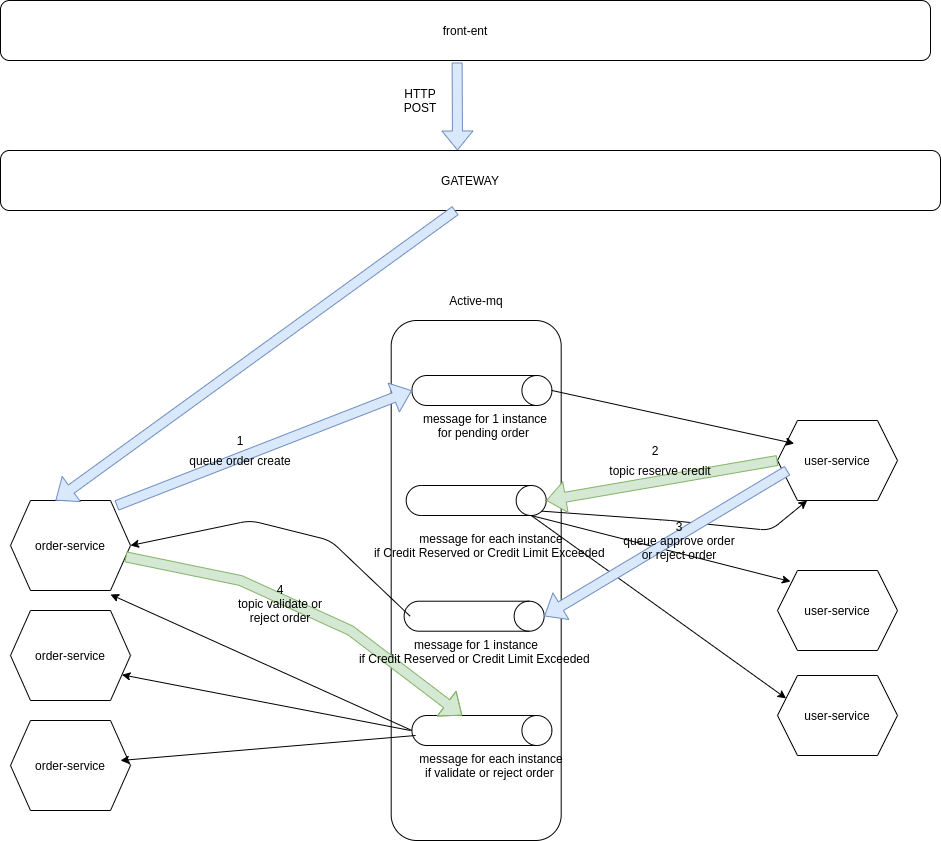
Before: docs/img/6/schema-choreography-micro-service-1.png, a diagram exported from draw.io (jeannory/blog). Source tidied: cells renumbered, new cells last; positions are measured from the earlier drawing's top-left corner, leaving out a move shared by most shapes.
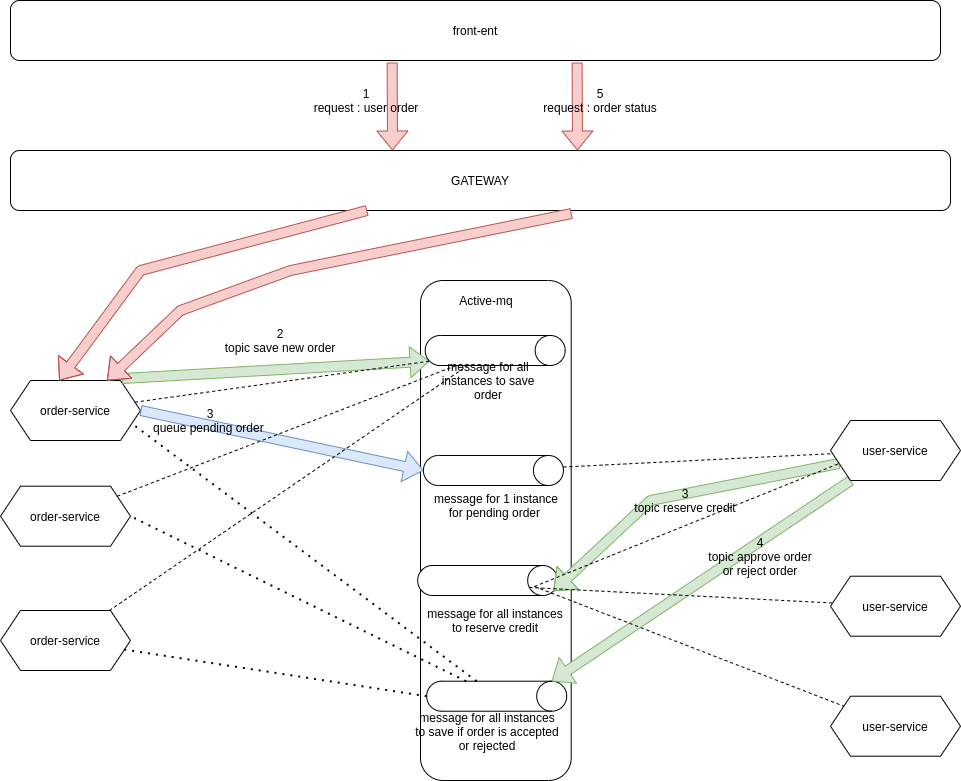
After the change.

Commit message:
micro-service part 2

Change to the diagram source:
```diff
@@ -3,150 +3,149 @@
     <mxCell id="0" />
     <mxCell id="1" parent="0" />
     <mxCell id="2" value="order-service" style="shape=hexagon;perimeter=hexagonPerimeter2;whiteSpace=wrap;html=1;fixedSize=1;" parent="1" vertex="1">
-      <mxGeometry x="10" y="500" width="120" height="90" as="geometry" />
+      <mxGeometry y="380" width="130" height="60" as="geometry" />
     </mxCell>
     <mxCell id="3" style="rounded=1;whiteSpace=wrap;html=1;" parent="1" vertex="1">
-      <mxGeometry x="390.7" y="320" width="170" height="520" as="geometry" />
+      <mxGeometry x="410" y="280" width="150.7" height="500" as="geometry" />
     </mxCell>
     <mxCell id="4" style="shape=cylinder3;whiteSpace=wrap;html=1;boundedLbl=1;backgroundOutline=1;size=15;rotation=90;" parent="1" vertex="1">
-      <mxGeometry x="466.4" y="320" width="30" height="140" as="geometry" />
+      <mxGeometry x="467.9" y="400" width="30" height="140" as="geometry" />
     </mxCell>
-    <mxCell id="5" value="user-service" style="shape=hexagon;perimeter=hexagonPerimeter2;whiteSpace=wrap;html=1;fixedSize=1;" parent="1" vertex="1">
-      <mxGeometry x="777" y="420" width="120" height="80" as="geometry" />
-    </mxCell>
-    <mxCell id="6" style="endArrow=classic;html=1;exitX=0.5;exitY=0;exitDx=0;exitDy=0;exitPerimeter=0;entryX=0.025;entryY=0.363;entryDx=0;entryDy=0;entryPerimeter=0;" parent="1" edge="1" source="4">
-      <mxGeometry relative="1" as="geometry">
-        <mxPoint x="793.7" y="443" as="targetPoint" />
-      </mxGeometry>
-    </mxCell>
-    <mxCell id="7" style="shape=flexArrow;endArrow=classic;html=1;exitX=0.491;exitY=1.033;exitDx=0;exitDy=0;exitPerimeter=0;fillColor=#dae8fc;strokeColor=#6c8ebf;" parent="1" edge="1" source="14">
+    <mxCell id="7" style="shape=flexArrow;endArrow=classic;html=1;exitX=0.491;exitY=1.033;exitDx=0;exitDy=0;exitPerimeter=0;fillColor=#f8cecc;strokeColor=#b85450;" parent="1" edge="1">
       <mxGeometry relative="1" as="geometry">
-        <mxPoint x="457" y="150" as="targetPoint" />
+        <mxPoint x="381.6" y="62" as="sourcePoint" />
+        <mxPoint x="382" y="150" as="targetPoint" />
       </mxGeometry>
     </mxCell>
     <mxCell id="8" value="GATEWAY" style="rounded=1;whiteSpace=wrap;html=1;" parent="1" vertex="1">
       <mxGeometry y="150" width="940" height="60" as="geometry" />
     </mxCell>
-    <mxCell id="9" value="HTTP POST" style="text;html=1;strokeColor=none;fillColor=none;align=center;verticalAlign=middle;whiteSpace=wrap;rounded=0;" parent="1" vertex="1">
-      <mxGeometry x="400" y="90" width="40" height="20" as="geometry" />
-    </mxCell>
     <mxCell id="10" value="Active-mq" style="text;html=1;strokeColor=none;fillColor=none;align=center;verticalAlign=middle;whiteSpace=wrap;rounded=0;" parent="1" vertex="1">
       <mxGeometry x="425.7" y="290" width="100" height="20" as="geometry" />
     </mxCell>
     <mxCell id="11" style="shape=cylinder3;whiteSpace=wrap;html=1;boundedLbl=1;backgroundOutline=1;size=15;rotation=90;" parent="1" vertex="1">
-      <mxGeometry x="460.7" y="430" width="30" height="140" as="geometry" />
+      <mxGeometry x="462.2" y="510" width="30" height="140" as="geometry" />
     </mxCell>
-    <mxCell id="12" value="order-service" style="shape=hexagon;perimeter=hexagonPerimeter2;whiteSpace=wrap;html=1;fixedSize=1;" parent="1" vertex="1">
-      <mxGeometry x="10" y="720" width="120" height="90" as="geometry" />
-    </mxCell>
-    <mxCell id="13" value="order-service" style="shape=hexagon;perimeter=hexagonPerimeter2;whiteSpace=wrap;html=1;fixedSize=1;" parent="1" vertex="1">
-      <mxGeometry x="10" y="610" width="120" height="90" as="geometry" />
-    </mxCell>
     <mxCell id="14" value="front-ent" style="rounded=1;whiteSpace=wrap;html=1;" parent="1" vertex="1">
       <mxGeometry width="930" height="60" as="geometry" />
     </mxCell>
-    <mxCell id="15" style="shape=flexArrow;endArrow=classic;html=1;exitX=0.484;exitY=1;exitDx=0;exitDy=0;exitPerimeter=0;entryX=0.375;entryY=0;entryDx=0;entryDy=0;fillColor=#dae8fc;strokeColor=#6c8ebf;" parent="1" edge="1" source="8" target="2">
-      <mxGeometry relative="1" as="geometry" />
+    <mxCell id="15" style="shape=flexArrow;endArrow=classic;html=1;entryX=0.375;entryY=0;entryDx=0;entryDy=0;fillColor=#f8cecc;strokeColor=#b85450;" parent="1" edge="1" source="8" target="2">
+      <mxGeometry relative="1" as="geometry">
+        <Array as="points">
+          <mxPoint x="130" y="270" />
+        </Array>
+      </mxGeometry>
     </mxCell>
-    <mxCell id="16" value="user-service" style="shape=hexagon;perimeter=hexagonPerimeter2;whiteSpace=wrap;html=1;fixedSize=1;" parent="1" vertex="1">
-      <mxGeometry x="777" y="675" width="120" height="80" as="geometry" />
-    </mxCell>
-    <mxCell id="17" value="user-service" style="shape=hexagon;perimeter=hexagonPerimeter2;whiteSpace=wrap;html=1;fixedSize=1;" parent="1" vertex="1">
-      <mxGeometry x="777" y="570" width="120" height="80" as="geometry" />
-    </mxCell>
-    <mxCell id="18" style="endArrow=classic;html=1;entryX=0.108;entryY=0.138;entryDx=0;entryDy=0;exitX=1;exitY=0;exitDx=0;exitDy=15;exitPerimeter=0;entryPerimeter=0;" parent="1" edge="1" source="11" target="17">
-      <mxGeometry relative="1" as="geometry" />
-    </mxCell>
-    <mxCell id="19" style="endArrow=classic;html=1;entryX=0;entryY=0.25;entryDx=0;entryDy=0;exitX=1;exitY=0;exitDx=0;exitDy=15;exitPerimeter=0;" parent="1" edge="1" source="11" target="16">
-      <mxGeometry relative="1" as="geometry" />
-    </mxCell>
-    <mxCell id="20" style="endArrow=classic;html=1;entryX=0.133;entryY=1.063;entryDx=0;entryDy=0;exitX=0.855;exitY=0;exitDx=0;exitDy=4.35;exitPerimeter=0;entryPerimeter=0;" parent="1" edge="1" source="11">
-      <mxGeometry relative="1" as="geometry">
-        <mxPoint x="806.7" y="500" as="targetPoint" />
-        <Array as="points">
-          <mxPoint x="670" y="520" />
-          <mxPoint x="770" y="530" />
-        </Array>
-      </mxGeometry>
-    </mxCell>
-    <mxCell id="21" value="message for each instance&lt;br&gt;if&amp;nbsp;Credit Reserved or Credit Limit Exceeded&amp;nbsp;" style="text;html=1;strokeColor=none;fillColor=none;align=center;verticalAlign=middle;whiteSpace=wrap;rounded=0;" parent="1" vertex="1">
-      <mxGeometry x="370.7" y="520" width="240" height="50" as="geometry" />
+    <mxCell id="21" value="message for all instances&lt;br&gt;to reserve credit" style="text;html=1;strokeColor=none;fillColor=none;align=center;verticalAlign=middle;whiteSpace=wrap;rounded=0;" parent="1" vertex="1">
+      <mxGeometry x="402.8" y="595" width="163.8" height="50" as="geometry" />
     </mxCell>
     <mxCell id="22" style="shape=cylinder3;whiteSpace=wrap;html=1;boundedLbl=1;backgroundOutline=1;size=15;rotation=90;" parent="1" vertex="1">
-      <mxGeometry x="458.6" y="545.7" width="30" height="140" as="geometry" />
+      <mxGeometry x="471.2" y="625.7" width="30" height="140" as="geometry" />
     </mxCell>
-    <mxCell id="23" style="endArrow=classic;html=1;entryX=1;entryY=0.5;entryDx=0;entryDy=0;" parent="1" edge="1" target="2">
-      <mxGeometry relative="1" as="geometry">
-        <mxPoint x="409.6" y="615.7" as="sourcePoint" />
-        <Array as="points">
-          <mxPoint x="330" y="540" />
-          <mxPoint x="250" y="520" />
-        </Array>
-      </mxGeometry>
-    </mxCell>
     <mxCell id="24" value="message for 1 instance&lt;br&gt;for pending order&amp;nbsp;" style="text;html=1;strokeColor=none;fillColor=none;align=center;verticalAlign=middle;whiteSpace=wrap;rounded=0;" parent="1" vertex="1">
-      <mxGeometry x="364.7" y="400" width="240" height="50" as="geometry" />
+      <mxGeometry x="366.2" y="480" width="240" height="50" as="geometry" />
     </mxCell>
-    <mxCell id="25" style="shape=cylinder3;whiteSpace=wrap;html=1;boundedLbl=1;backgroundOutline=1;size=15;rotation=90;" parent="1" vertex="1">
-      <mxGeometry x="466.4" y="660" width="30" height="140" as="geometry" />
-    </mxCell>
-    <mxCell id="26" value="message for each instance&lt;br&gt;if&amp;nbsp;validate or reject order&amp;nbsp;" style="text;html=1;strokeColor=none;fillColor=none;align=center;verticalAlign=middle;whiteSpace=wrap;rounded=0;" parent="1" vertex="1">
-      <mxGeometry x="370.7" y="740" width="240" height="50" as="geometry" />
-    </mxCell>
-    <mxCell id="27" style="endArrow=classic;html=1;entryX=1;entryY=0.75;entryDx=0;entryDy=0;" parent="1" edge="1" target="13">
-      <mxGeometry relative="1" as="geometry">
-        <mxPoint x="410" y="730" as="sourcePoint" />
-      </mxGeometry>
-    </mxCell>
-    <mxCell id="28" style="endArrow=classic;html=1;exitX=0.185;exitY=-0.1;exitDx=0;exitDy=0;exitPerimeter=0;" parent="1" edge="1" source="26">
-      <mxGeometry relative="1" as="geometry">
-        <mxPoint x="120" y="760" as="targetPoint" />
-      </mxGeometry>
-    </mxCell>
-    <mxCell id="29" style="endArrow=classic;html=1;exitX=0.5;exitY=1;exitDx=0;exitDy=0;exitPerimeter=0;" parent="1" edge="1" source="25">
-      <mxGeometry relative="1" as="geometry">
-        <mxPoint x="110" y="594" as="targetPoint" />
-      </mxGeometry>
-    </mxCell>
-    <mxCell id="30" value="1" style="text;html=1;strokeColor=none;fillColor=none;align=center;verticalAlign=middle;whiteSpace=wrap;rounded=0;" parent="1" vertex="1">
-      <mxGeometry x="220" y="430" width="40" height="20" as="geometry" />
-    </mxCell>
-    <mxCell id="31" value="2" style="text;html=1;strokeColor=none;fillColor=none;align=center;verticalAlign=middle;whiteSpace=wrap;rounded=0;" parent="1" vertex="1">
-      <mxGeometry x="634.7" y="440" width="40" height="20" as="geometry" />
-    </mxCell>
-    <mxCell id="32" style="shape=flexArrow;endArrow=classic;html=1;entryX=0.5;entryY=1;entryDx=0;entryDy=0;entryPerimeter=0;exitX=0.883;exitY=0.056;exitDx=0;exitDy=0;exitPerimeter=0;fillColor=#dae8fc;strokeColor=#6c8ebf;" parent="1" edge="1" source="2" target="4">
+    <mxCell id="32" style="shape=flexArrow;endArrow=classic;html=1;entryX=0.5;entryY=1;entryDx=0;entryDy=0;entryPerimeter=0;exitX=1;exitY=0.5;exitDx=0;exitDy=0;fillColor=#dae8fc;strokeColor=#6c8ebf;" parent="1" edge="1" source="2" target="4">
       <mxGeometry relative="1" as="geometry" />
     </mxCell>
-    <mxCell id="33" style="shape=flexArrow;endArrow=classic;html=1;exitX=0;exitY=0.5;exitDx=0;exitDy=0;entryX=0.5;entryY=0;entryDx=0;entryDy=0;entryPerimeter=0;fillColor=#d5e8d4;strokeColor=#82b366;" parent="1" edge="1" source="5" target="11">
-      <mxGeometry relative="1" as="geometry" />
+    <mxCell id="33" style="shape=flexArrow;endArrow=classic;html=1;exitX=0;exitY=0.75;exitDx=0;exitDy=0;entryX=0.855;entryY=0;entryDx=0;entryDy=4.35;entryPerimeter=0;fillColor=#d5e8d4;strokeColor=#82b366;" parent="1" edge="1" source="51" target="11">
+      <mxGeometry relative="1" as="geometry">
+        <Array as="points">
+          <mxPoint x="640" y="500" />
+        </Array>
+      </mxGeometry>
     </mxCell>
-    <mxCell id="34" style="shape=flexArrow;endArrow=classic;html=1;exitX=0;exitY=0.5;exitDx=0;exitDy=0;entryX=0.5;entryY=0;entryDx=0;entryDy=0;entryPerimeter=0;fillColor=#dae8fc;strokeColor=#6c8ebf;" parent="1" edge="1" target="22">
-      <mxGeometry relative="1" as="geometry">
-        <mxPoint x="787" y="470" as="sourcePoint" />
-      </mxGeometry>
+    <mxCell id="34" style="shape=flexArrow;endArrow=classic;html=1;fillColor=#d5e8d4;strokeColor=#82b366;entryX=0;entryY=0;entryDx=0;entryDy=15;entryPerimeter=0;" parent="1" edge="1" source="51" target="22">
+      <mxGeometry relative="1" as="geometry" />
     </mxCell>
-    <mxCell id="35" style="shape=flexArrow;endArrow=classic;html=1;fillColor=#d5e8d4;strokeColor=#82b366;" parent="1" edge="1" source="2" target="25">
-      <mxGeometry relative="1" as="geometry">
-        <Array as="points">
-          <mxPoint x="240" y="580" />
-          <mxPoint x="350" y="630" />
-        </Array>
-      </mxGeometry>
-    </mxCell>
-    <mxCell id="36" value="queue order create" style="text;html=1;strokeColor=none;fillColor=none;align=center;verticalAlign=middle;whiteSpace=wrap;rounded=0;" parent="1" vertex="1">
-      <mxGeometry x="170" y="450" width="140" height="20" as="geometry" />
+    <mxCell id="36" value="3&lt;br&gt;queue pending order&amp;nbsp;" style="text;html=1;strokeColor=none;fillColor=none;align=center;verticalAlign=middle;whiteSpace=wrap;rounded=0;" parent="1" vertex="1">
+      <mxGeometry x="130" y="410" width="140" height="20" as="geometry" />
     </mxCell>
-    <mxCell id="37" value="topic reserve credit" style="text;html=1;strokeColor=none;fillColor=none;align=center;verticalAlign=middle;whiteSpace=wrap;rounded=0;" parent="1" vertex="1">
-      <mxGeometry x="604.7" y="460" width="110" height="20" as="geometry" />
+    <mxCell id="37" value="3&lt;br&gt;topic reserve credit" style="text;html=1;strokeColor=none;fillColor=none;align=center;verticalAlign=middle;whiteSpace=wrap;rounded=0;" parent="1" vertex="1">
+      <mxGeometry x="620" y="490" width="110" height="20" as="geometry" />
     </mxCell>
+    <mxCell id="40" value="message for all instances&lt;br&gt;to save if order is accepted&lt;br&gt;or rejected" style="text;html=1;strokeColor=none;fillColor=none;align=center;verticalAlign=middle;whiteSpace=wrap;rounded=0;" parent="1" vertex="1">
+      <mxGeometry x="357.2" y="705.7" width="240" height="50" as="geometry" />
+    </mxCell>
+    <mxCell id="41" style="shape=flexArrow;endArrow=classic;html=1;entryX=0.855;entryY=1;entryDx=0;entryDy=-4.35;exitX=0.858;exitY=-0.033;exitDx=0;exitDy=0;exitPerimeter=0;entryPerimeter=0;fillColor=#d5e8d4;strokeColor=#82b366;" parent="1" edge="1" source="2" target="45">
+      <mxGeometry relative="1" as="geometry" />
+    </mxCell>
+    <mxCell id="42" value="2&lt;br&gt;topic save new order" style="text;html=1;strokeColor=none;fillColor=none;align=center;verticalAlign=middle;whiteSpace=wrap;rounded=0;" parent="1" vertex="1">
+      <mxGeometry x="200" y="330" width="140" height="20" as="geometry" />
+    </mxCell>
+    <mxCell id="43" value="order-service" style="shape=hexagon;perimeter=hexagonPerimeter2;whiteSpace=wrap;html=1;fixedSize=1;" parent="1" vertex="1">
+      <mxGeometry x="-10" y="485.7" width="130" height="60" as="geometry" />
+    </mxCell>
+    <mxCell id="44" value="order-service" style="shape=hexagon;perimeter=hexagonPerimeter2;whiteSpace=wrap;html=1;fixedSize=1;" parent="1" vertex="1">
+      <mxGeometry x="-10" y="610" width="130" height="60" as="geometry" />
+    </mxCell>
+    <mxCell id="45" style="shape=cylinder3;whiteSpace=wrap;html=1;boundedLbl=1;backgroundOutline=1;size=15;rotation=90;" parent="1" vertex="1">
+      <mxGeometry x="469.7" y="280" width="30" height="140" as="geometry" />
+    </mxCell>
+    <mxCell id="46" value="message for all instances to save order" style="text;html=1;strokeColor=none;fillColor=none;align=center;verticalAlign=middle;whiteSpace=wrap;rounded=0;" parent="1" vertex="1">
+      <mxGeometry x="425.7" y="370" width="104.3" height="20" as="geometry" />
+    </mxCell>
+    <mxCell id="47" style="endArrow=none;dashed=1;html=1;" parent="1" edge="1" source="43" target="45">
+      <mxGeometry relative="1" as="geometry" />
+    </mxCell>
+    <mxCell id="48" style="endArrow=none;dashed=1;html=1;entryX=1;entryY=0;entryDx=0;entryDy=97.5;entryPerimeter=0;" parent="1" edge="1" source="44" target="45">
+      <mxGeometry relative="1" as="geometry" />
+    </mxCell>
+    <mxCell id="49" style="endArrow=none;dashed=1;html=1;entryX=0.855;entryY=1;entryDx=0;entryDy=-4.35;entryPerimeter=0;" parent="1" edge="1" source="2" target="45">
+      <mxGeometry relative="1" as="geometry" />
+    </mxCell>
+    <mxCell id="50" style="endArrow=none;dashed=1;html=1;" parent="1" edge="1" source="4" target="51">
+      <mxGeometry relative="1" as="geometry" />
+    </mxCell>
+    <mxCell id="51" value="user-service" style="shape=hexagon;perimeter=hexagonPerimeter2;whiteSpace=wrap;html=1;fixedSize=1;" parent="1" vertex="1">
+      <mxGeometry x="820" y="420" width="130" height="60" as="geometry" />
+    </mxCell>
+    <mxCell id="52" value="user-service" style="shape=hexagon;perimeter=hexagonPerimeter2;whiteSpace=wrap;html=1;fixedSize=1;" parent="1" vertex="1">
+      <mxGeometry x="820" y="695.7" width="130" height="60" as="geometry" />
+    </mxCell>
+    <mxCell id="53" value="user-service" style="shape=hexagon;perimeter=hexagonPerimeter2;whiteSpace=wrap;html=1;fixedSize=1;" parent="1" vertex="1">
+      <mxGeometry x="820" y="575.7" width="130" height="60" as="geometry" />
+    </mxCell>
+    <mxCell id="54" style="endArrow=none;dashed=1;html=1;entryX=0;entryY=0.75;entryDx=0;entryDy=0;exitX=0.7;exitY=0.166;exitDx=0;exitDy=0;exitPerimeter=0;" parent="1" edge="1" source="11" target="51">
+      <mxGeometry relative="1" as="geometry" />
+    </mxCell>
+    <mxCell id="55" style="endArrow=none;dashed=1;html=1;exitX=0.733;exitY=0.201;exitDx=0;exitDy=0;exitPerimeter=0;" parent="1" edge="1" source="11" target="53">
+      <mxGeometry relative="1" as="geometry" />
+    </mxCell>
+    <mxCell id="56" style="endArrow=none;dashed=1;html=1;exitX=0.7;exitY=0.166;exitDx=0;exitDy=0;exitPerimeter=0;" parent="1" edge="1" source="11" target="52">
+      <mxGeometry relative="1" as="geometry" />
+    </mxCell>
+    <mxCell id="57" style="endArrow=none;dashed=1;html=1;dashPattern=1 3;strokeWidth=2;entryX=1;entryY=0.5;entryDx=0;entryDy=0;" parent="1" edge="1" source="22" target="43">
+      <mxGeometry relative="1" as="geometry" />
+    </mxCell>
+    <mxCell id="58" style="endArrow=none;dashed=1;html=1;dashPattern=1 3;strokeWidth=2;exitX=0.5;exitY=1;exitDx=0;exitDy=0;exitPerimeter=0;" parent="1" edge="1" source="22" target="44">
+      <mxGeometry relative="1" as="geometry" />
+    </mxCell>
+    <mxCell id="59" style="endArrow=none;dashed=1;html=1;dashPattern=1 3;strokeWidth=2;entryX=1;entryY=0.75;entryDx=0;entryDy=0;" parent="1" edge="1" source="22" target="2">
+      <mxGeometry relative="1" as="geometry" />
+    </mxCell>
+    <mxCell id="60" value="1&lt;br&gt;request : user order" style="text;html=1;strokeColor=none;fillColor=none;align=center;verticalAlign=middle;whiteSpace=wrap;rounded=0;" parent="1" vertex="1">
+      <mxGeometry x="285.7" y="90" width="140" height="20" as="geometry" />
+    </mxCell>
-    <mxCell id="38" value="3&lt;br&gt;queue approve order&lt;br&gt;or reject order" style="text;html=1;strokeColor=none;fillColor=none;align=center;verticalAlign=middle;whiteSpace=wrap;rounded=0;" parent="1" vertex="1">
-      <mxGeometry x="619" y="520" width="120" height="40" as="geometry" />
+    <mxCell id="38" value="4&lt;br&gt;topic approve order&lt;br&gt;or reject order" style="text;html=1;strokeColor=none;fillColor=none;align=center;verticalAlign=middle;whiteSpace=wrap;rounded=0;" parent="1" vertex="1">
+      <mxGeometry x="690" y="535.7" width="120" height="40" as="geometry" />
     </mxCell>
-    <mxCell id="39" value="4&lt;br&gt;topic validate or&lt;br&gt;reject order" style="text;html=1;strokeColor=none;fillColor=none;align=center;verticalAlign=middle;whiteSpace=wrap;rounded=0;" parent="1" vertex="1">
-      <mxGeometry x="210" y="580" width="140" height="45.7" as="geometry" />
-    </mxCell>
-    <mxCell id="40" value="message for 1 instance&lt;br&gt;if&amp;nbsp;Credit Reserved or Credit Limit Exceeded&amp;nbsp;" style="text;html=1;strokeColor=none;fillColor=none;align=center;verticalAlign=middle;whiteSpace=wrap;rounded=0;" parent="1" vertex="1">
-      <mxGeometry x="355.7" y="625.7" width="240" height="50" as="geometry" />
-    </mxCell>
+    <mxCell id="61" style="shape=flexArrow;endArrow=classic;html=1;exitX=0.491;exitY=1.033;exitDx=0;exitDy=0;exitPerimeter=0;fillColor=#f8cecc;strokeColor=#b85450;" parent="1" edge="1">
+      <mxGeometry relative="1" as="geometry">
+        <mxPoint x="566.6" y="62" as="sourcePoint" />
+        <mxPoint x="567" y="150" as="targetPoint" />
+      </mxGeometry>
+    </mxCell>
+    <mxCell id="62" value="5&lt;br&gt;request : order status" style="text;html=1;strokeColor=none;fillColor=none;align=center;verticalAlign=middle;whiteSpace=wrap;rounded=0;" parent="1" vertex="1">
+      <mxGeometry x="520" y="90" width="140" height="20" as="geometry" />
+    </mxCell>
+    <mxCell id="63" style="shape=flexArrow;endArrow=classic;html=1;fillColor=#f8cecc;strokeColor=#b85450;exitX=0.597;exitY=1.05;exitDx=0;exitDy=0;exitPerimeter=0;" parent="1" edge="1" source="8" target="2">
+      <mxGeometry relative="1" as="geometry">
+        <Array as="points">
+          <mxPoint x="280" y="270" />
+          <mxPoint x="170" y="310" />
+        </Array>
+      </mxGeometry>
+    </mxCell>
   </root>
 </mxGraphModel>
```
